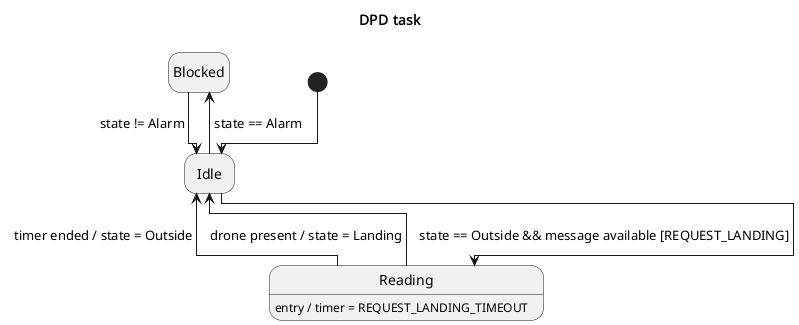
the-real-deal/unibo-iot-didospita keeps this PlantUML diagram as assignments/02-sdh/docs/tasks/dpd.png. Above is the earlier version.
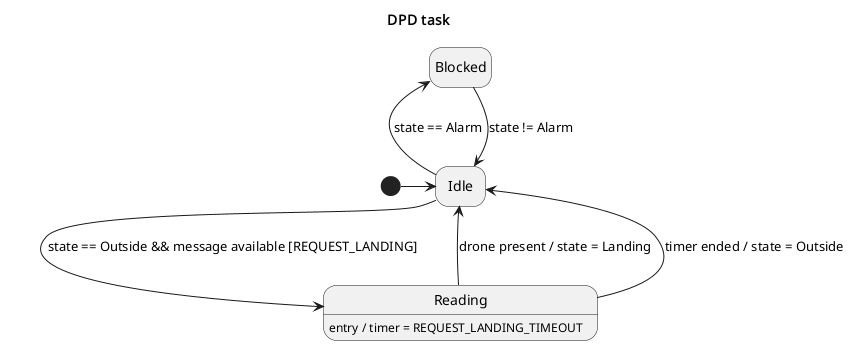
The same diagram one commit later.

Commit message:
default plantuml layout

What changed in the source:
```diff
@@ -1,5 +1,4 @@
 @startuml DPDTask
-!pragma layout elk
 hide empty description
 
 title "DPD task"
@@ -13,14 +12,14 @@
 state "Reading" as reading
 reading : entry / timer = REQUEST_LANDING_TIMEOUT
 
-start -d-> idle
+start -r-> idle
 
-idle -l-> blocked : state == Alarm
-blocked -r-> idle : state != Alarm
+idle -u-> blocked : state == Alarm
+blocked -d-> idle : state != Alarm
 
-idle -r-> reading : state == Outside && message available [REQUEST_LANDING]
+idle -d-> reading : state == Outside && message available [REQUEST_LANDING]
 
-reading -l-> idle : drone present / state = Landing
-reading -l-> idle : timer ended / state = Outside
+reading -u-> idle : drone present / state = Landing
+reading -u-> idle : timer ended / state = Outside
 
 @enduml
```
